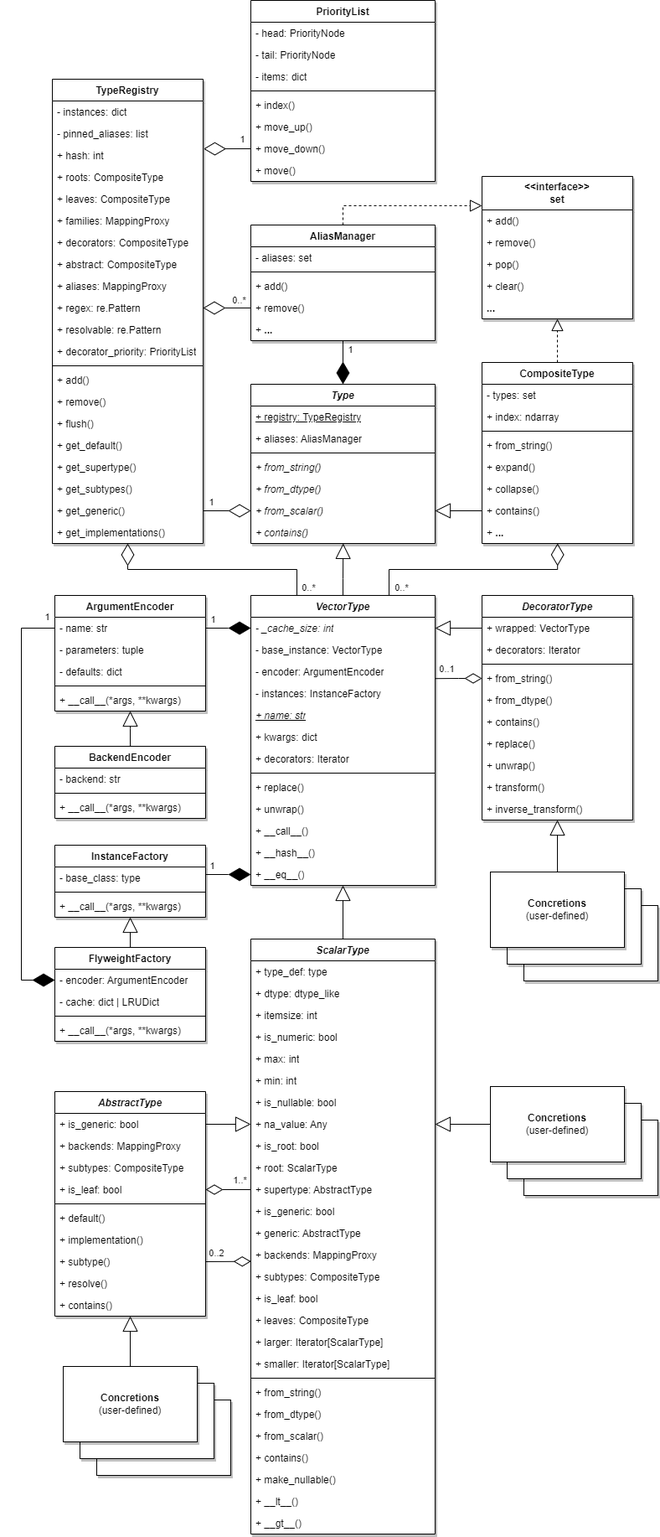
This is docs/source/images/types/Types_UML.png from eerkela/bertrand, a draw.io export, as it was before one commit. Source tidied: cells renumbered, new cells last; positions are measured from the earlier drawing's top-left corner, leaving out a move shared by most shapes.
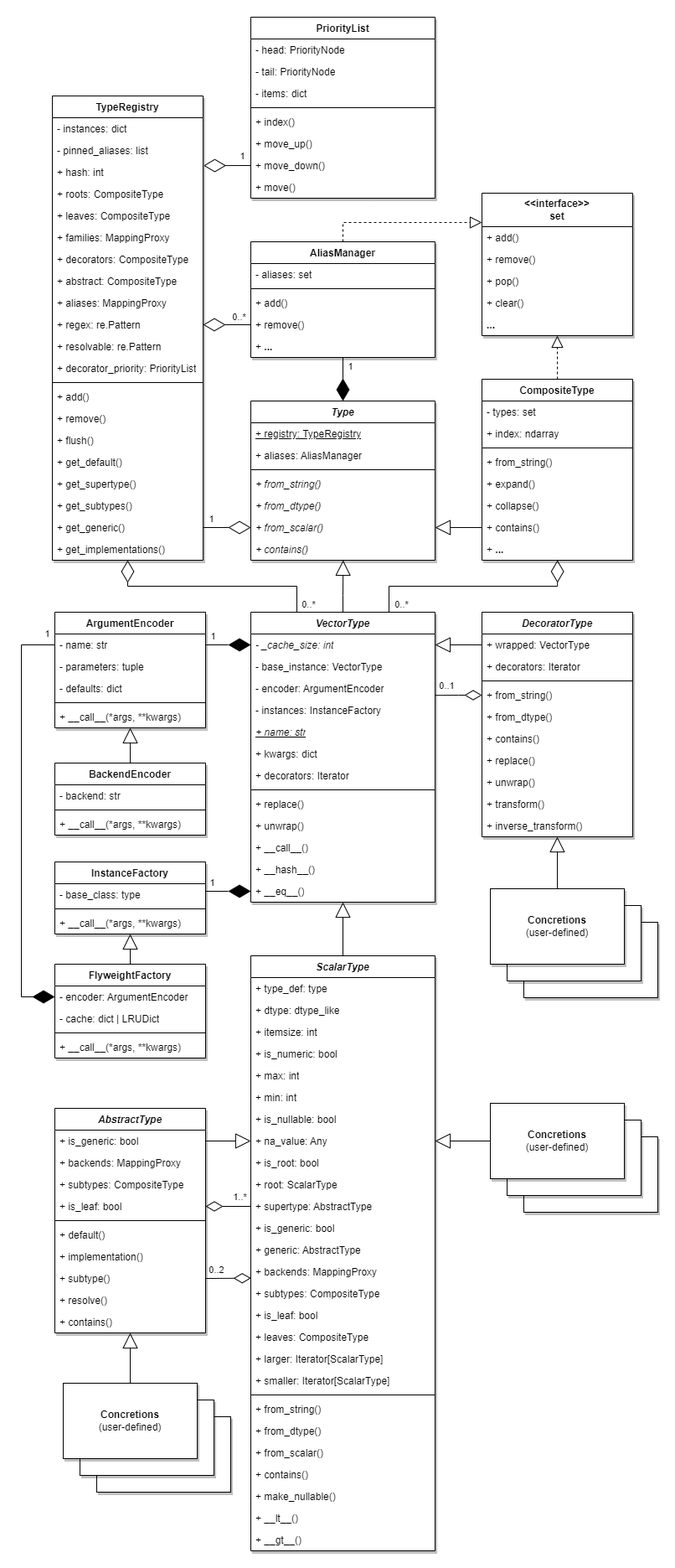
After the change.

What changed in the source:
```diff
@@ -1,6 +1,10 @@
 <mxGraphModel>
   <root>
     <mxCell id="0" />
+    <mxCell id="192" parent="0" />
+    <mxCell id="193" style="rounded=0;whiteSpace=wrap;html=1;strokeColor=none;" parent="192" vertex="1">
+      <mxGeometry x="-20" y="-20" width="800" height="1870" as="geometry" />
+    </mxCell>
     <mxCell id="1" value="abstract" parent="0" />
     <mxCell id="2" value="1..*" style="endArrow=none;html=1;endSize=12;startArrow=diamondThin;startSize=18;startFill=0;align=center;verticalAlign=middle;rounded=0;endFill=0;labelPosition=center;verticalLabelPosition=middle;horizontal=1;exitX=1;exitY=0.5;exitDx=0;exitDy=0;entryX=0;entryY=0.5;entryDx=0;entryDy=0;" parent="1" edge="1" source="8" target="32">
       <mxGeometry x="0.51" y="11" relative="1" as="geometry" />
```
